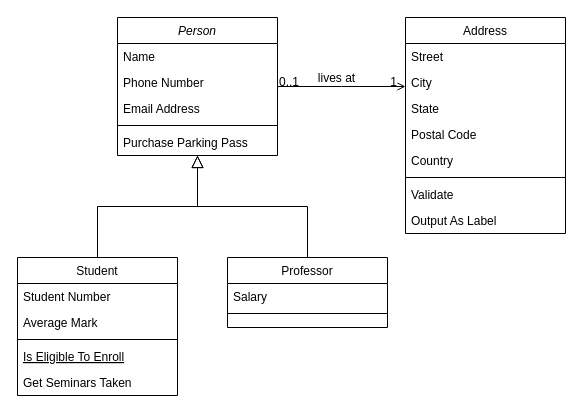
Earlier version of the draw.io diagram DS8 Texas Hold Em.drawio (keyboard-face/DS8-Software-Engineering). Source tidied: cells renumbered, new cells numbered last; positions are measured from the earlier drawing's top-left corner, leaving out a move shared by most shapes. Both pictures are drawn from the tidied source at 100%, with x=0, y=0 at pixel (17, 17).
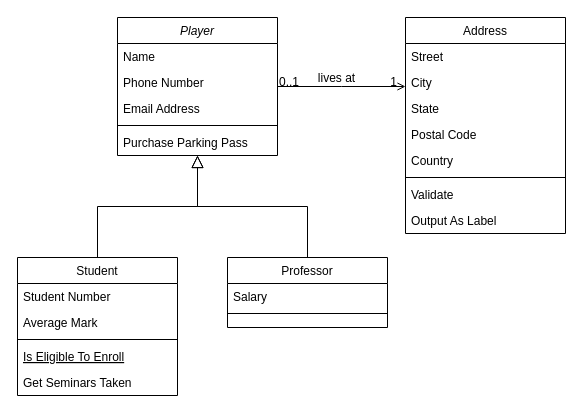
After the change.

Diff of the diagram source:
```diff
@@
-    <mxCell id="2" value="Person" style="swimlane;fontStyle=2;align=center;verticalAlign=top;horizontal=1;startSize=26;rounded=0;shadow=0;strokeWidth=1;" parent="1" vertex="1">
+    <mxCell id="2" value="Player" style="swimlane;fontStyle=2;align=center;verticalAlign=top;horizontal=1;startSize=26;rounded=0;shadow=0;strokeWidth=1;" parent="1" vertex="1">
       <mxGeometry x="100" width="160" height="138" as="geometry" />
     </mxCell>
```
